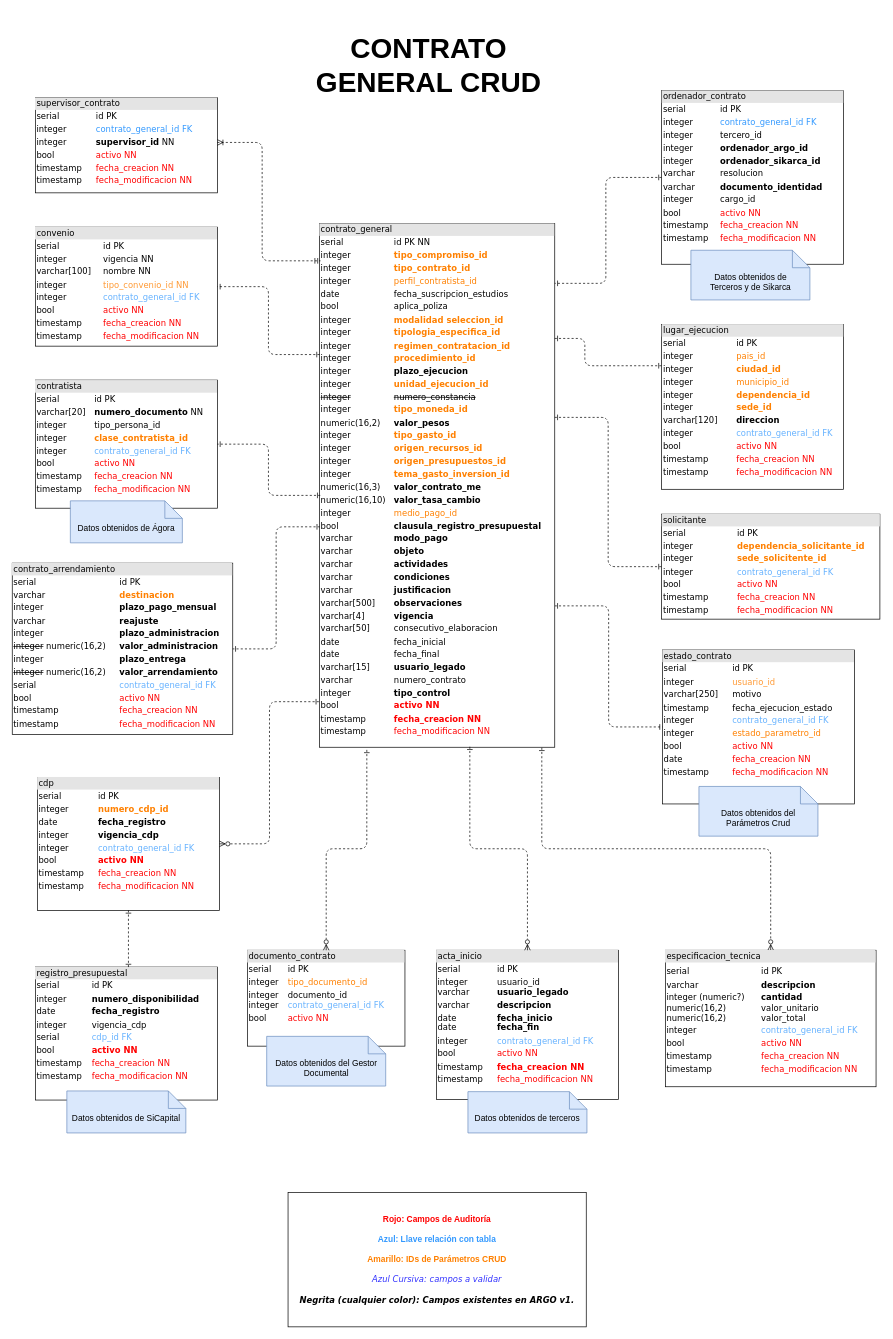
The draw.io diagram modelo-database/modelo-datos-core-argo.drawio in udistrital/gestion_contractual_compras_contrato_crud, before the edit. Source tidied: cells renumbered, new cells numbered last; positions are measured from the earlier drawing's top-left corner, leaving out a move shared by most shapes. Both pictures are drawn from the tidied source at 70%, with x=0, y=0 at pixel (12, 12).
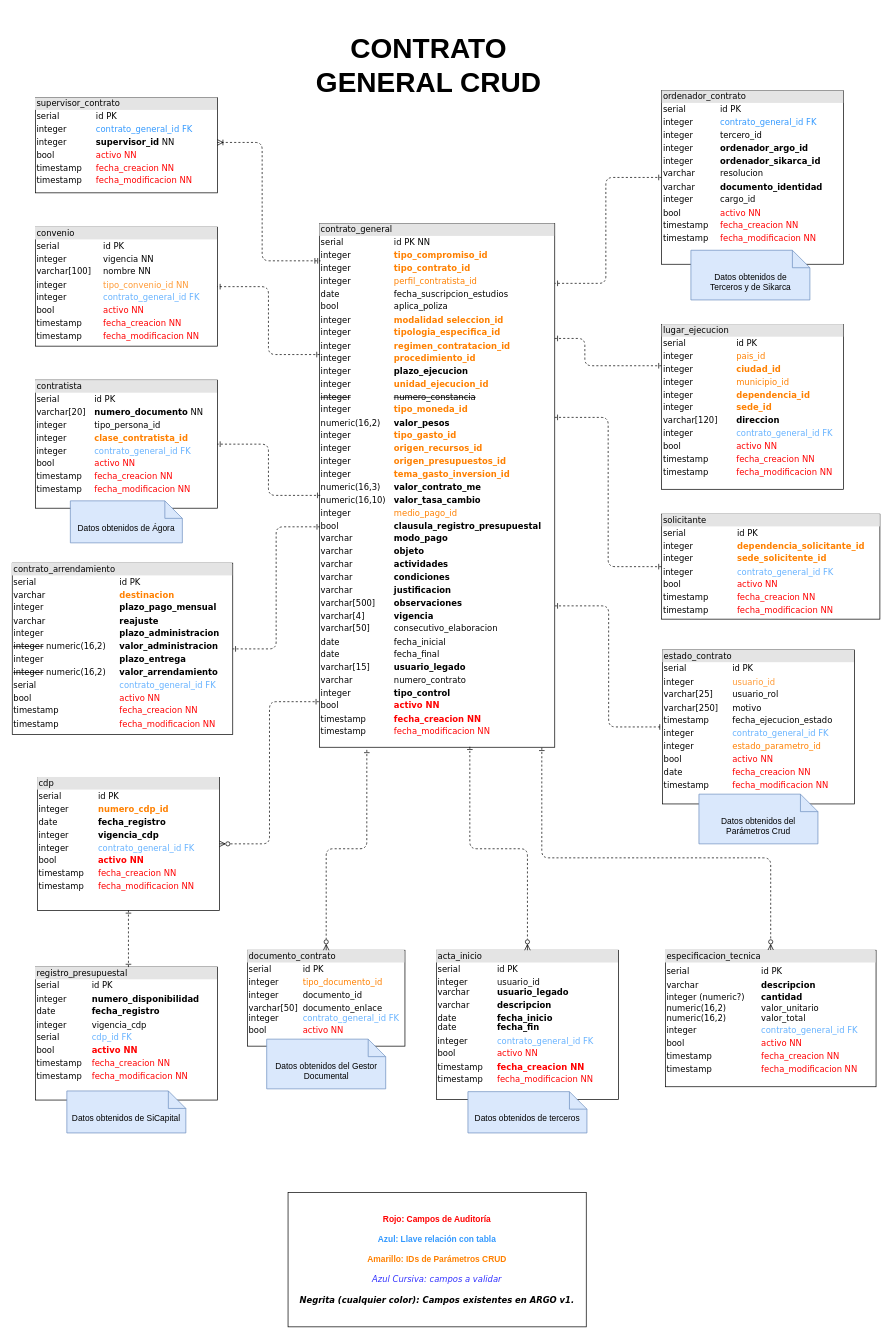
Above is the later version.

Commit message (it also covers changes not shown here):
feat: Actualización tablas estado_contrato y documento_contrato

The change refers to these unchanged cells:
```xml
<mxCell id="4" value="&lt;div style=&quot;box-sizing: border-box ; width: 100% ; background: #e4e4e4 ; padding: 2px&quot;&gt;contrato_general&lt;/div&gt;&lt;table style=&quot;width: 100% ; font-size: 1em&quot; cellpadding=&quot;2&quot; cellspacing=&quot;0&quot;&gt;&lt;tbody&gt;&lt;tr&gt;&lt;td&gt;serial&lt;/td&gt;&lt;td&gt;id PK NN&lt;/td&gt;&lt;/tr&gt;&lt;tr&gt;&lt;td&gt;integer&lt;br&gt;&lt;/td&gt;&lt;td&gt;&lt;font color=&quot;#ff8000&quot;&gt;&lt;b&gt;tipo_compromiso_id&lt;/b&gt;&lt;/font&gt;&lt;/td&gt;&lt;/tr&gt;&lt;tr&gt;&lt;td&gt;integer&lt;br&gt;&lt;/td&gt;&lt;td&gt;&lt;font color=&quot;#ff8000&quot;&gt;&lt;b&gt;tipo_contrato_id&lt;/b&gt;&lt;/font&gt;&lt;/td&gt;&lt;/tr&gt;&lt;tr&gt;&lt;td&gt;integer&lt;br&gt;&lt;/td&gt;&lt;td&gt;&lt;font color=&quot;#ff8000&quot;&gt;perfil_contratista_id&lt;br&gt;&lt;/font&gt;&lt;/td&gt;&lt;/tr&gt;&lt;tr&gt;&lt;td&gt;date&lt;br&gt;&lt;/td&gt;&lt;td&gt;fecha_suscripcion_estudios&amp;nbsp;&lt;br&gt;&lt;/td&gt;&lt;/tr&gt;&lt;tr&gt;&lt;td&gt;bool&lt;br&gt;&lt;/td&gt;&lt;td&gt;aplica_poliza&lt;br&gt;&lt;/td&gt;&lt;/tr&gt;&lt;tr&gt;&lt;td&gt;integer&lt;br&gt;&lt;/td&gt;&lt;td&gt;&lt;font color=&quot;#ff8000&quot;&gt;&lt;b&gt;modalidad seleccion_id&lt;/b&gt;&lt;/font&gt;&lt;/td&gt;&lt;/tr&gt;&lt;tr&gt;&lt;td&gt;integer&lt;br&gt;&lt;/td&gt;&lt;td&gt;&lt;font color=&quot;#ff8000&quot;&gt;&lt;b&gt;tipologia_especifica_id&lt;/b&gt;&lt;/font&gt;&lt;/td&gt;&lt;/tr&gt;&lt;tr&gt;&lt;td&gt;integer&lt;br&gt;&lt;/td&gt;&lt;td&gt;&lt;font color=&quot;#ff8000&quot;&gt;&lt;b&gt;regimen_contratacion_id&lt;/b&gt;&lt;br&gt;&lt;/font&gt;&lt;/td&gt;&lt;/tr&gt;&lt;tr&gt;&lt;td&gt;integer&lt;br&gt;&lt;/td&gt;&lt;td&gt;&lt;font color=&quot;#ff8000&quot;&gt;&lt;b&gt;procedimiento_id&lt;/b&gt;&lt;/font&gt;&lt;/td&gt;&lt;/tr&gt;&lt;tr&gt;&lt;td&gt;integer&lt;br&gt;&lt;/td&gt;&lt;td&gt;&lt;b&gt;plazo_ejecucion&lt;/b&gt;&lt;br&gt;&lt;/td&gt;&lt;/tr&gt;&lt;tr&gt;&lt;td&gt;integer&lt;/td&gt;&lt;td&gt;&lt;font color=&quot;#ff8000&quot;&gt;&lt;b&gt;unidad_ejecucion_id&lt;/b&gt;&lt;br&gt;&lt;/font&gt;&lt;/td&gt;&lt;/tr&gt;&lt;tr&gt;&lt;td&gt;&lt;strike&gt;integer&lt;/strike&gt;&lt;/td&gt;&lt;td&gt;&lt;strike&gt;numero_constancia&lt;/strike&gt;&lt;br&gt;&lt;/td&gt;&lt;/tr&gt;&lt;tr&gt;&lt;td&gt;integer&lt;/td&gt;&lt;td&gt;&lt;span style=&quot;color: rgb(255, 128, 0);&quot;&gt;&lt;b&gt;tipo_moneda_id&lt;/b&gt;&lt;/span&gt;&lt;br&gt;&lt;/td&gt;&lt;/tr&gt;&lt;tr&gt;&lt;td&gt;numeric(16,2)&lt;br&gt;&lt;/td&gt;&lt;td&gt;&lt;b&gt;valor_pesos&lt;/b&gt;&lt;font color=&quot;#ff8000&quot;&gt;&lt;br&gt;&lt;/font&gt;&lt;/td&gt;&lt;/tr&gt;&lt;tr&gt;&lt;td&gt;integer&lt;br&gt;&lt;/td&gt;&lt;td&gt;&lt;span style=&quot;color: rgb(255, 128, 0);&quot;&gt;&lt;b&gt;tipo_gasto_id&lt;/b&gt;&lt;/span&gt;&lt;br&gt;&lt;/td&gt;&lt;/tr&gt;&lt;tr&gt;&lt;td&gt;integer&lt;br&gt;&lt;/td&gt;&lt;td&gt;&lt;span style=&quot;color: rgb(255, 128, 0);&quot;&gt;&lt;b&gt;origen_recursos_id&lt;/b&gt;&lt;/span&gt;&lt;font color=&quot;#ff8000&quot;&gt;&lt;br style=&quot;&quot;&gt;&lt;/font&gt;&lt;/td&gt;&lt;/tr&gt;&lt;tr&gt;&lt;td&gt;integer&lt;br&gt;&lt;/td&gt;&lt;td&gt;&lt;span style=&quot;color: rgb(255, 128, 0);&quot;&gt;&lt;b&gt;origen_presupuestos_id&lt;/b&gt;&lt;/span&gt;&lt;font color=&quot;#ff8000&quot;&gt;&lt;br style=&quot;&quot;&gt;&lt;/font&gt;&lt;/td&gt;&lt;/tr&gt;&lt;tr&gt;&lt;td&gt;integer&lt;br&gt;&lt;/td&gt;&lt;td&gt;&lt;span style=&quot;color: rgb(255, 128, 0);&quot;&gt;&lt;b&gt;tema_gasto_inversion_id&lt;/b&gt;&lt;/span&gt;&lt;font color=&quot;#ff8000&quot;&gt;&lt;br style=&quot;&quot;&gt;&lt;/font&gt;&lt;/td&gt;&lt;/tr&gt;&lt;tr&gt;&lt;td&gt;numeric(16,3)&lt;br&gt;&lt;/td&gt;&lt;td&gt;&lt;b&gt;valor_contrato_me&lt;/b&gt;&lt;font color=&quot;#ff8000&quot;&gt;&lt;br style=&quot;&quot;&gt;&lt;/font&gt;&lt;/td&gt;&lt;/tr&gt;&lt;tr&gt;&lt;td&gt;numeric(16,10)&lt;br&gt;&lt;/td&gt;&lt;td&gt;&lt;b&gt;valor_tasa_cambio&lt;/b&gt;&lt;br&gt;&lt;/td&gt;&lt;/tr&gt;&lt;tr&gt;&lt;td&gt;integer&lt;br&gt;&lt;/td&gt;&lt;td&gt;&lt;span style=&quot;color: rgb(255, 128, 0);&quot;&gt;medio_pago_id&lt;/span&gt;&lt;br&gt;&lt;/td&gt;&lt;/tr&gt;&lt;tr&gt;&lt;td&gt;bool&lt;br&gt;&lt;/td&gt;&lt;td&gt;&lt;b&gt;clausula_registro_presupuestal&lt;/b&gt;&lt;br&gt;&lt;/td&gt;&lt;/tr&gt;&lt;tr&gt;&lt;td&gt;varchar&lt;br&gt;&lt;/td&gt;&lt;td&gt;&lt;b&gt;modo_pago&lt;/b&gt;&lt;br&gt;&lt;/td&gt;&lt;/tr&gt;&lt;tr&gt;&lt;td&gt;varchar&lt;br&gt;&lt;/td&gt;&lt;td&gt;&lt;b&gt;objeto&lt;/b&gt;&lt;br&gt;&lt;/td&gt;&lt;/tr&gt;&lt;tr&gt;&lt;td&gt;varchar&lt;br&gt;&lt;/td&gt;&lt;td&gt;&lt;b&gt;actividades&lt;/b&gt;&lt;br&gt;&lt;/td&gt;&lt;/tr&gt;&lt;tr&gt;&lt;td&gt;varchar&lt;br&gt;&lt;/td&gt;&lt;td&gt;&lt;b&gt;condiciones&lt;/b&gt;&lt;br&gt;&lt;/td&gt;&lt;/tr&gt;&lt;tr&gt;&lt;td&gt;varchar&lt;br&gt;&lt;/td&gt;&lt;td&gt;&lt;b&gt;justificacion&lt;/b&gt;&lt;br&gt;&lt;/td&gt;&lt;/tr&gt;&lt;tr&gt;&lt;td&gt;varchar[500]&lt;br&gt;&lt;/td&gt;&lt;td&gt;&lt;b&gt;observaciones&lt;/b&gt;&lt;br&gt;&lt;/td&gt;&lt;/tr&gt;&lt;tr&gt;&lt;td&gt;varchar[4]&lt;br&gt;&lt;/td&gt;&lt;td&gt;&lt;b&gt;vigencia&lt;/b&gt;&lt;br&gt;&lt;/td&gt;&lt;/tr&gt;&lt;tr&gt;&lt;td&gt;varchar[50]&lt;br&gt;&lt;/td&gt;&lt;td&gt;consecutivo_elaboracion&lt;br&gt;&lt;/td&gt;&lt;/tr&gt;&lt;tr&gt;&lt;td&gt;date&lt;/td&gt;&lt;td&gt;fecha_inicial&lt;br&gt;&lt;/td&gt;&lt;/tr&gt;&lt;tr&gt;&lt;td&gt;date&lt;br&gt;&lt;/td&gt;&lt;td&gt;fecha_final&lt;br&gt;&lt;/td&gt;&lt;/tr&gt;&lt;tr&gt;&lt;td&gt;varchar[15]&lt;br&gt;&lt;/td&gt;&lt;td&gt;&lt;b&gt;usuario_legado&lt;/b&gt;&lt;br&gt;&lt;/td&gt;&lt;/tr&gt;&lt;tr&gt;&lt;td&gt;varchar&lt;/td&gt;&lt;td&gt;numero_contrato&lt;/td&gt;&lt;/tr&gt;&lt;tr&gt;&lt;td&gt;integer&lt;/td&gt;&lt;td&gt;&lt;b style=&quot;&quot;&gt;tipo_control&lt;/b&gt;&lt;/td&gt;&lt;/tr&gt;&lt;tr&gt;&lt;td&gt;bool&lt;br&gt;&lt;/td&gt;&lt;td&gt;&lt;b&gt;&lt;span style=&quot;color: rgb(255, 0, 0);&quot;&gt;activo NN&lt;/span&gt;&lt;br&gt;&lt;/b&gt;&lt;/td&gt;&lt;/tr&gt;&lt;tr&gt;&lt;td&gt;timestamp&lt;br&gt;&lt;/td&gt;&lt;td&gt;&lt;b&gt;&lt;span style=&quot;color: rgb(255, 0, 0);&quot;&gt;fecha_creacion NN&lt;/span&gt;&lt;br style=&quot;color: rgb(255, 0, 0);&quot;&gt;&lt;/b&gt;&lt;/td&gt;&lt;/tr&gt;&lt;tr&gt;&lt;td&gt;timestamp&lt;br&gt;&lt;/td&gt;&lt;td&gt;&lt;span style=&quot;color: rgb(255, 0, 0);&quot;&gt;fecha_modificacion NN&lt;/span&gt;&lt;br style=&quot;color: rgb(255, 0, 0);&quot;&gt;&lt;/td&gt;&lt;/tr&gt;&lt;tr&gt;&lt;td&gt;&lt;br&gt;&lt;/td&gt;&lt;td&gt;&lt;br style=&quot;color: rgb(255, 0, 0);&quot;&gt;&lt;/td&gt;&lt;/tr&gt;&lt;/tbody&gt;&lt;/table&gt;" style="verticalAlign=top;align=left;overflow=fill;html=1;rounded=0;shadow=0;comic=0;labelBackgroundColor=none;strokeWidth=1;fontFamily=Verdana;fontSize=12;" parent="1" vertex="1">
  <mxGeometry x="439" y="302" width="336" height="748" as="geometry" />
</mxCell>
<mxCell id="34" value="&lt;div style=&quot;box-sizing: border-box ; width: 100% ; background: #e4e4e4 ; padding: 2px&quot;&gt;especificacion_tecnica&lt;/div&gt;&lt;table style=&quot;width: 100% ; font-size: 1em&quot; cellpadding=&quot;2&quot; cellspacing=&quot;0&quot;&gt;&lt;tbody&gt;&lt;tr&gt;&lt;td&gt;&lt;/td&gt;&lt;td&gt;&lt;/td&gt;&lt;/tr&gt;&lt;tr&gt;&lt;td&gt;serial&lt;/td&gt;&lt;td&gt;id PK&lt;br&gt;&lt;/td&gt;&lt;/tr&gt;&lt;tr&gt;&lt;td&gt;varchar&lt;/td&gt;&lt;td&gt;&lt;b&gt;descripcion&lt;/b&gt;&lt;/td&gt;&lt;/tr&gt;&lt;tr&gt;&lt;td&gt;integer (numeric?)&lt;br&gt;numeric(16,2)&lt;br&gt;numeric(16,2)&lt;/td&gt;&lt;td&gt;&lt;b&gt;cantidad&lt;/b&gt;&lt;br&gt;valor_unitario&lt;br&gt;valor_total&lt;/td&gt;&lt;/tr&gt;&lt;tr&gt;&lt;td&gt;integer&lt;br&gt;&lt;/td&gt;&lt;td&gt;&lt;span style=&quot;color: rgb(102, 178, 255);&quot;&gt;contrato_general_id FK&lt;/span&gt;&lt;br style=&quot;color: rgb(102, 178, 255);&quot;&gt;&lt;/td&gt;&lt;/tr&gt;&lt;tr&gt;&lt;td&gt;bool&lt;br&gt;&lt;/td&gt;&lt;td&gt;&lt;font color=&quot;#ff0000&quot;&gt;activo NN&lt;br style=&quot;&quot;&gt;&lt;/font&gt;&lt;/td&gt;&lt;/tr&gt;&lt;tr&gt;&lt;td&gt;timestamp&lt;/td&gt;&lt;td&gt;&lt;font color=&quot;#ff0000&quot;&gt;fecha_creacion NN&lt;br style=&quot;&quot;&gt;&lt;/font&gt;&lt;/td&gt;&lt;/tr&gt;&lt;tr&gt;&lt;td&gt;timestamp&lt;br&gt;&lt;/td&gt;&lt;td&gt;&lt;font color=&quot;#ff0000&quot;&gt;fecha_modificacion NN&lt;/font&gt;&lt;br&gt;&lt;/td&gt;&lt;/tr&gt;&lt;/tbody&gt;&lt;/table&gt;" style="verticalAlign=top;align=left;overflow=fill;html=1;rounded=0;shadow=0;comic=0;labelBackgroundColor=none;strokeWidth=1;fontFamily=Verdana;fontSize=12;" parent="1" vertex="1">
  <mxGeometry x="933" y="1340" width="301" height="195" as="geometry" />
</mxCell>
```

Change to the diagram source:
```diff
@@
-    <mxCell id="2" value="&lt;div style=&quot;box-sizing: border-box ; width: 100% ; background: #e4e4e4 ; padding: 2px&quot;&gt;estado_contrato&lt;/div&gt;&lt;table style=&quot;width: 100% ; font-size: 1em&quot; cellpadding=&quot;2&quot; cellspacing=&quot;0&quot;&gt;&lt;tbody&gt;&lt;tr&gt;&lt;td&gt;serial&lt;span style=&quot;white-space: pre;&quot;&gt;&#9;&lt;/span&gt;&lt;/td&gt;&lt;td&gt;id PK&lt;/td&gt;&lt;/tr&gt;&lt;tr&gt;&lt;td&gt;integer&lt;/td&gt;&lt;td&gt;&lt;font color=&quot;#ff9933&quot;&gt;usuario_id&lt;/font&gt;&lt;/td&gt;&lt;/tr&gt;&lt;tr&gt;&lt;td&gt;varchar[250]&lt;/td&gt;&lt;td&gt;motivo&lt;/td&gt;&lt;/tr&gt;&lt;tr&gt;&lt;td&gt;timestamp&lt;/td&gt;&lt;td&gt;fecha_ejecucion_estado&lt;br&gt;&lt;/td&gt;&lt;/tr&gt;&lt;tr&gt;&lt;td&gt;integer&lt;/td&gt;&lt;td&gt;&lt;span style=&quot;color: rgb(102, 178, 255);&quot;&gt;contrato_general_id FK&lt;/span&gt;&lt;br style=&quot;color: rgb(102, 178, 255);&quot;&gt;&lt;/td&gt;&lt;/tr&gt;&lt;tr&gt;&lt;td&gt;integer&lt;br&gt;&lt;/td&gt;&lt;td&gt;&lt;font color=&quot;#ff8000&quot;&gt;estado_parametro_id&lt;br&gt;&lt;/font&gt;&lt;/td&gt;&lt;/tr&gt;&lt;tr&gt;&lt;td&gt;bool&lt;br&gt;&lt;/td&gt;&lt;td&gt;&lt;font color=&quot;#ff0000&quot;&gt;activo NN&lt;br style=&quot;&quot;&gt;&lt;/font&gt;&lt;/td&gt;&lt;/tr&gt;&lt;tr&gt;&lt;td&gt;date&lt;/td&gt;&lt;td&gt;&lt;font color=&quot;#ff0000&quot;&gt;fecha_creacion NN&lt;br style=&quot;&quot;&gt;&lt;/font&gt;&lt;/td&gt;&lt;/tr&gt;&lt;tr&gt;&lt;td&gt;timestamp&lt;br&gt;&lt;/td&gt;&lt;td&gt;&lt;font color=&quot;#ff0000&quot;&gt;fecha_modificacion NN&lt;/font&gt;&lt;br&gt;&lt;/td&gt;&lt;/tr&gt;&lt;/tbody&gt;&lt;/table&gt;" style="verticalAlign=top;align=left;overflow=fill;html=1;rounded=0;shadow=0;comic=0;labelBackgroundColor=none;strokeWidth=1;fontFamily=Verdana;fontSize=12;" parent="1" vertex="1">
+    <mxCell id="2" value="&lt;div style=&quot;box-sizing: border-box ; width: 100% ; background: #e4e4e4 ; padding: 2px&quot;&gt;estado_contrato&lt;/div&gt;&lt;table style=&quot;width: 100% ; font-size: 1em&quot; cellpadding=&quot;2&quot; cellspacing=&quot;0&quot;&gt;&lt;tbody&gt;&lt;tr&gt;&lt;td&gt;serial&lt;span style=&quot;white-space: pre;&quot;&gt;&#9;&lt;/span&gt;&lt;/td&gt;&lt;td&gt;id PK&lt;/td&gt;&lt;/tr&gt;&lt;tr&gt;&lt;td&gt;integer&lt;/td&gt;&lt;td&gt;&lt;font color=&quot;#ff9933&quot;&gt;usuario_id&lt;/font&gt;&lt;/td&gt;&lt;/tr&gt;&lt;tr&gt;&lt;td&gt;varchar[25]&lt;/td&gt;&lt;td&gt;usuario_rol&lt;/td&gt;&lt;/tr&gt;&lt;tr&gt;&lt;td&gt;varchar[250]&lt;/td&gt;&lt;td&gt;motivo&lt;/td&gt;&lt;/tr&gt;&lt;tr&gt;&lt;td&gt;timestamp&lt;/td&gt;&lt;td&gt;fecha_ejecucion_estado&lt;br&gt;&lt;/td&gt;&lt;/tr&gt;&lt;tr&gt;&lt;td&gt;integer&lt;/td&gt;&lt;td&gt;&lt;span style=&quot;color: rgb(102, 178, 255);&quot;&gt;contrato_general_id FK&lt;/span&gt;&lt;br style=&quot;color: rgb(102, 178, 255);&quot;&gt;&lt;/td&gt;&lt;/tr&gt;&lt;tr&gt;&lt;td&gt;integer&lt;br&gt;&lt;/td&gt;&lt;td&gt;&lt;font color=&quot;#ff8000&quot;&gt;estado_parametro_id&lt;br&gt;&lt;/font&gt;&lt;/td&gt;&lt;/tr&gt;&lt;tr&gt;&lt;td&gt;bool&lt;br&gt;&lt;/td&gt;&lt;td&gt;&lt;font color=&quot;#ff0000&quot;&gt;activo NN&lt;br style=&quot;&quot;&gt;&lt;/font&gt;&lt;/td&gt;&lt;/tr&gt;&lt;tr&gt;&lt;td&gt;date&lt;/td&gt;&lt;td&gt;&lt;font color=&quot;#ff0000&quot;&gt;fecha_creacion NN&lt;br style=&quot;&quot;&gt;&lt;/font&gt;&lt;/td&gt;&lt;/tr&gt;&lt;tr&gt;&lt;td&gt;timestamp&lt;br&gt;&lt;/td&gt;&lt;td&gt;&lt;font color=&quot;#ff0000&quot;&gt;fecha_modificacion NN&lt;/font&gt;&lt;br&gt;&lt;/td&gt;&lt;/tr&gt;&lt;/tbody&gt;&lt;/table&gt;" style="verticalAlign=top;align=left;overflow=fill;html=1;rounded=0;shadow=0;comic=0;labelBackgroundColor=none;strokeWidth=1;fontFamily=Verdana;fontSize=12;" parent="1" vertex="1">
       <mxGeometry x="929" y="911" width="274" height="220" as="geometry" />
     </mxCell>
@@
-    <mxCell id="25" value="&lt;div style=&quot;box-sizing: border-box ; width: 100% ; background: #e4e4e4 ; padding: 2px&quot;&gt;documento_contrato&lt;/div&gt;&lt;table style=&quot;width: 100% ; font-size: 1em&quot; cellpadding=&quot;2&quot; cellspacing=&quot;0&quot;&gt;&lt;tbody&gt;&lt;tr&gt;&lt;td&gt;serial&lt;/td&gt;&lt;td&gt;id PK&lt;/td&gt;&lt;/tr&gt;&lt;tr&gt;&lt;td&gt;integer&lt;br&gt;&lt;/td&gt;&lt;td&gt;&lt;font color=&quot;#ff8000&quot;&gt;tipo_documento_id&lt;br&gt;&lt;/font&gt;&lt;/td&gt;&lt;/tr&gt;&lt;tr&gt;&lt;td&gt;integer&lt;br&gt;integer&lt;/td&gt;&lt;td&gt;documento_id&lt;br&gt;&lt;font color=&quot;#66b2ff&quot;&gt;contrato_general_id FK&lt;/font&gt;&lt;/td&gt;&lt;/tr&gt;&lt;tr&gt;&lt;td&gt;bool&lt;/td&gt;&lt;td&gt;&lt;font color=&quot;#ff0000&quot;&gt;activo NN&lt;/font&gt;&lt;br&gt;&lt;/td&gt;&lt;/tr&gt;&lt;/tbody&gt;&lt;/table&gt;" style="verticalAlign=top;align=left;overflow=fill;html=1;rounded=0;shadow=0;comic=0;labelBackgroundColor=none;strokeWidth=1;fontFamily=Verdana;fontSize=12;" parent="1" vertex="1">
+    <mxCell id="25" value="&lt;div style=&quot;box-sizing: border-box ; width: 100% ; background: #e4e4e4 ; padding: 2px&quot;&gt;documento_contrato&lt;/div&gt;&lt;table style=&quot;width: 100% ; font-size: 1em&quot; cellpadding=&quot;2&quot; cellspacing=&quot;0&quot;&gt;&lt;tbody&gt;&lt;tr&gt;&lt;td&gt;serial&lt;/td&gt;&lt;td&gt;id PK&lt;/td&gt;&lt;/tr&gt;&lt;tr&gt;&lt;td&gt;integer&lt;br&gt;&lt;/td&gt;&lt;td&gt;&lt;font color=&quot;#ff8000&quot;&gt;tipo_documento_id&lt;br&gt;&lt;/font&gt;&lt;/td&gt;&lt;/tr&gt;&lt;tr&gt;&lt;td&gt;integer&lt;/td&gt;&lt;td&gt;documento_id&lt;/td&gt;&lt;/tr&gt;&lt;tr&gt;&lt;td&gt;varchar[50]&lt;br&gt;integer&lt;/td&gt;&lt;td&gt;documento_enlace&lt;br&gt;&lt;font color=&quot;#66b2ff&quot;&gt;contrato_general_id FK&lt;/font&gt;&lt;/td&gt;&lt;/tr&gt;&lt;tr&gt;&lt;td&gt;bool&lt;/td&gt;&lt;td&gt;&lt;font color=&quot;#ff0000&quot;&gt;activo NN&lt;/font&gt;&lt;br&gt;&lt;/td&gt;&lt;/tr&gt;&lt;/tbody&gt;&lt;/table&gt;" style="verticalAlign=top;align=left;overflow=fill;html=1;rounded=0;shadow=0;comic=0;labelBackgroundColor=none;strokeWidth=1;fontFamily=Verdana;fontSize=12;" parent="1" vertex="1">
       <mxGeometry x="336" y="1340" width="225" height="137" as="geometry" />
     </mxCell>
     <mxCell id="26" value="Datos obtenidos del Gestor Documental" style="shape=note2;boundedLbl=1;whiteSpace=wrap;html=1;size=25;verticalAlign=top;align=center;fillColor=#dae8fc;strokeColor=#6c8ebf;" parent="1" vertex="1">
-      <mxGeometry x="363.5" y="1463" width="170" height="71" as="geometry" />
+      <mxGeometry x="363.5" y="1467" width="170" height="71" as="geometry" />
     </mxCell>
@@
     <mxCell id="28" value="Datos obtenidos del Parámetros Crud" style="shape=note2;boundedLbl=1;whiteSpace=wrap;html=1;size=25;verticalAlign=top;align=center;fillColor=#dae8fc;strokeColor=#6c8ebf;" parent="1" vertex="1">
-      <mxGeometry x="981" y="1106" width="170" height="71" as="geometry" />
+      <mxGeometry x="981" y="1117" width="170" height="71" as="geometry" />
     </mxCell>
@@
     <mxCell id="33" style="edgeStyle=orthogonalEdgeStyle;html=1;dashed=1;labelBackgroundColor=none;startArrow=ERone;endArrow=ERzeroToMany;fontFamily=Verdana;fontSize=12;align=left;startFill=0;endFill=0;exitX=0.945;exitY=1.001;exitDx=0;exitDy=0;exitPerimeter=0;entryX=0.5;entryY=0;entryDx=0;entryDy=0;" parent="1" edge="1" source="4" target="34">
-      <mxGeometry relative="1" as="geometry" />
+      <mxGeometry relative="1" as="geometry">
+        <Array as="points">
+          <mxPoint x="757" y="1208" />
+          <mxPoint x="1084" y="1208" />
+        </Array>
+      </mxGeometry>
     </mxCell>
```
